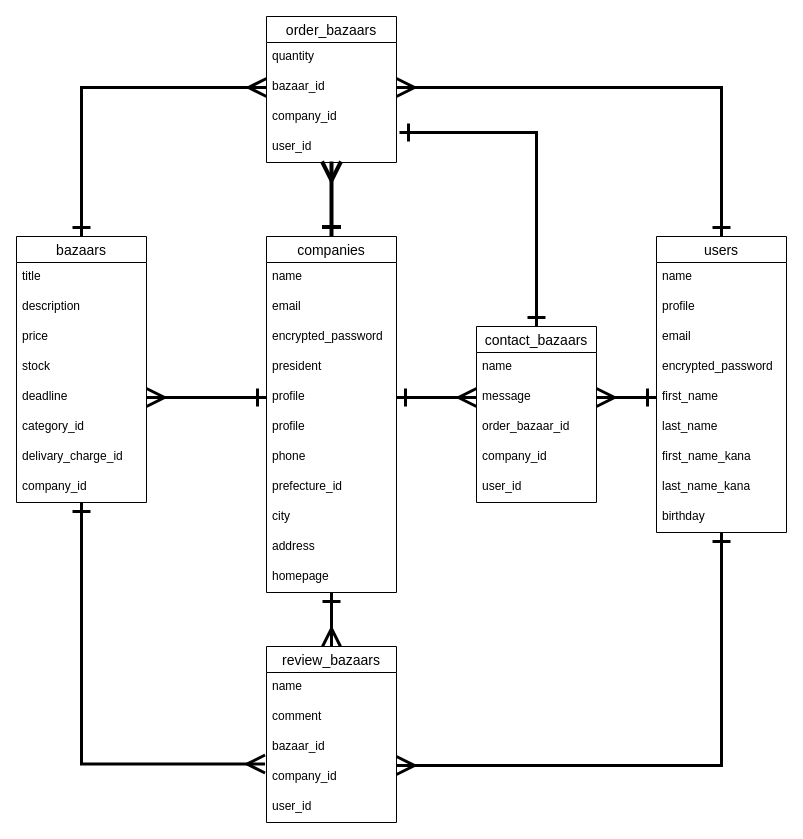
This is DB_ER_Buzaar.dio from Sashimi0343/losstop, a draw.io file, before an edit. Source tidied: cells renumbered, new cells numbered last; positions are measured from the earlier drawing's top-left corner, leaving out a move shared by most shapes. Both pictures are drawn from the tidied source at 100%, with x=0, y=0 at pixel (16, 16).
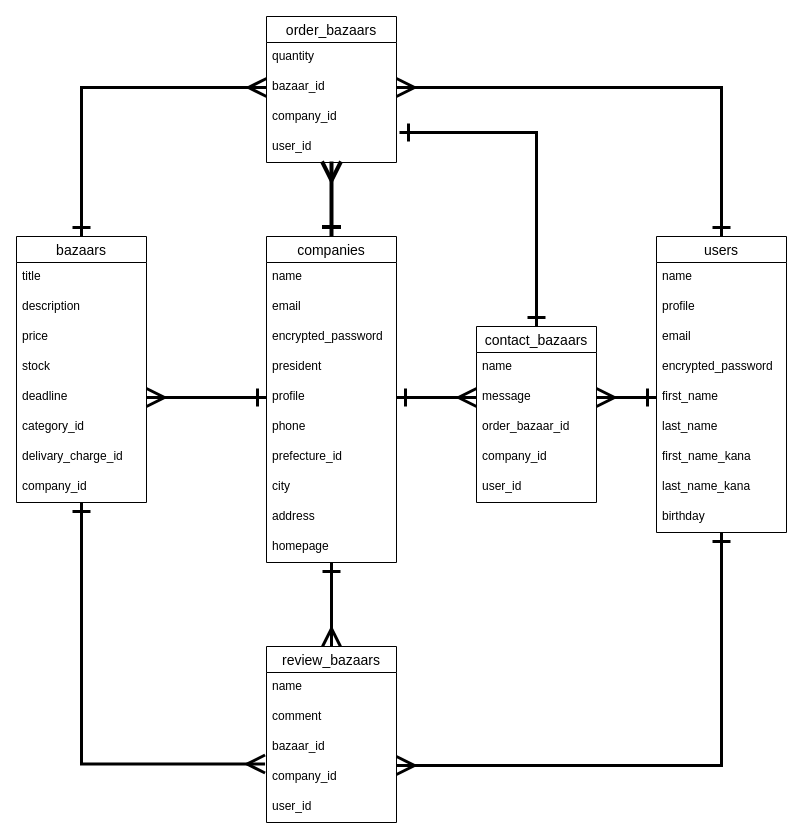
The same diagram, later.

What changed in the source:
```diff
@@
     <mxCell id="4" value="companies" style="swimlane;fontStyle=0;horizontal=1;startSize=26;align=center;fontSize=14;" parent="1" vertex="1">
-      <mxGeometry x="250" y="220" width="130" height="356" as="geometry" />
+      <mxGeometry x="250" y="220" width="130" height="326" as="geometry" />
     </mxCell>
@@
-    <mxCell id="10" value="profile" style="text;strokeColor=none;fillColor=none;spacingLeft=4;spacingRight=4;overflow=hidden;fontSize=12;" parent="4" vertex="1">
-      <mxGeometry y="176" width="130" height="30" as="geometry" />
-    </mxCell>
     <mxCell id="11" value="phone" style="text;strokeColor=none;fillColor=none;spacingLeft=4;spacingRight=4;overflow=hidden;fontSize=12;" parent="4" vertex="1">
-      <mxGeometry y="206" width="130" height="30" as="geometry" />
+      <mxGeometry y="176" width="130" height="30" as="geometry" />
     </mxCell>
     <mxCell id="12" value="prefecture_id" style="text;strokeColor=none;fillColor=none;spacingLeft=4;spacingRight=4;overflow=hidden;fontSize=12;" parent="4" vertex="1">
-      <mxGeometry y="236" width="130" height="30" as="geometry" />
+      <mxGeometry y="206" width="130" height="30" as="geometry" />
     </mxCell>
     <mxCell id="13" value="city" style="text;strokeColor=none;fillColor=none;spacingLeft=4;spacingRight=4;overflow=hidden;fontSize=12;" parent="4" vertex="1">
-      <mxGeometry y="266" width="130" height="30" as="geometry" />
+      <mxGeometry y="236" width="130" height="30" as="geometry" />
     </mxCell>
     <mxCell id="14" value="address" style="text;strokeColor=none;fillColor=none;spacingLeft=4;spacingRight=4;overflow=hidden;fontSize=12;" parent="4" vertex="1">
-      <mxGeometry y="296" width="130" height="30" as="geometry" />
+      <mxGeometry y="266" width="130" height="30" as="geometry" />
     </mxCell>
     <mxCell id="15" value="homepage" style="text;strokeColor=none;fillColor=none;spacingLeft=4;spacingRight=4;overflow=hidden;fontSize=12;" parent="4" vertex="1">
-      <mxGeometry y="326" width="130" height="30" as="geometry" />
+      <mxGeometry y="296" width="130" height="30" as="geometry" />
     </mxCell>
```
